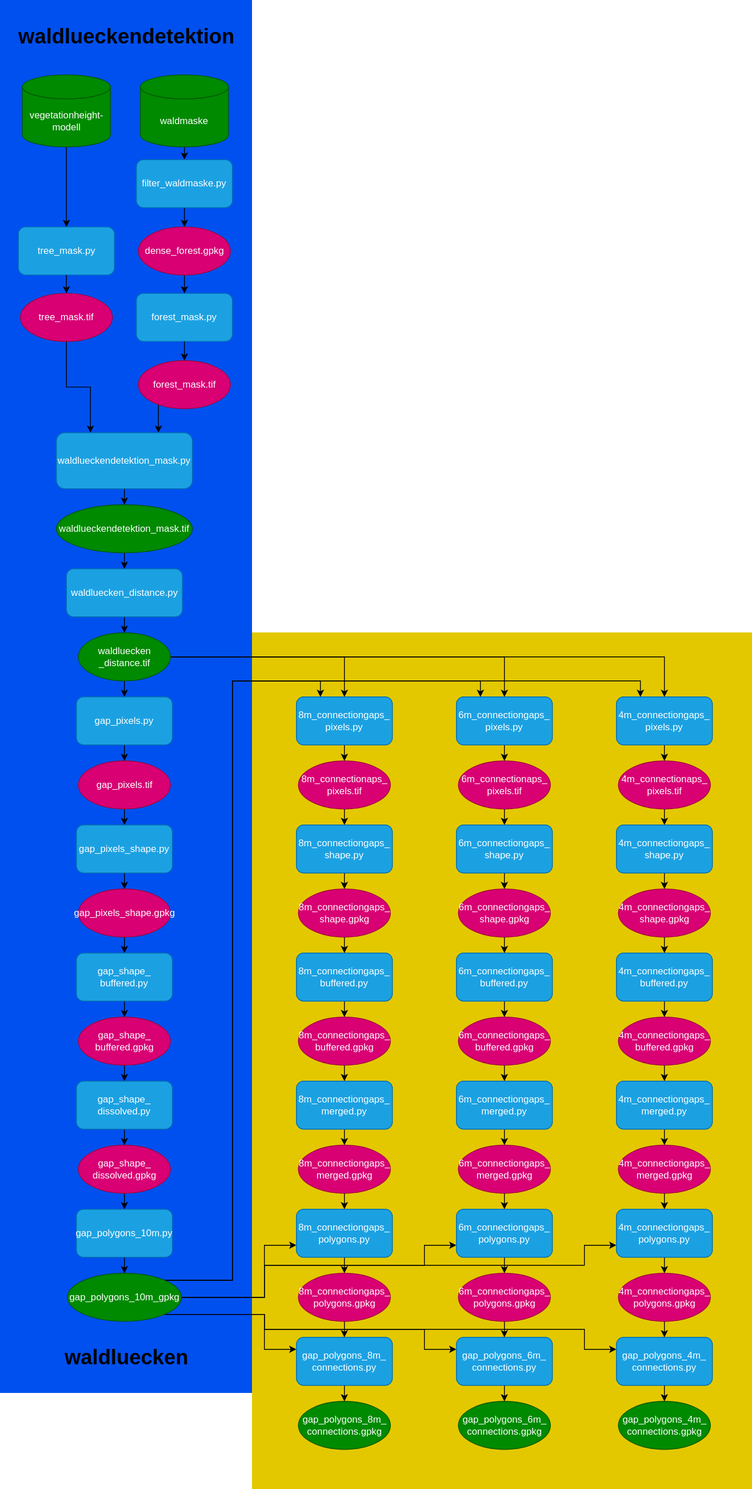
Before: Lueckendetektion_scripts.drawio.svg, a diagram exported from draw.io (liobio72/Lueckendetektion). Source tidied: cells renumbered, new cells last; positions are measured from the earlier drawing's top-left corner, leaving out a move shared by most shapes.
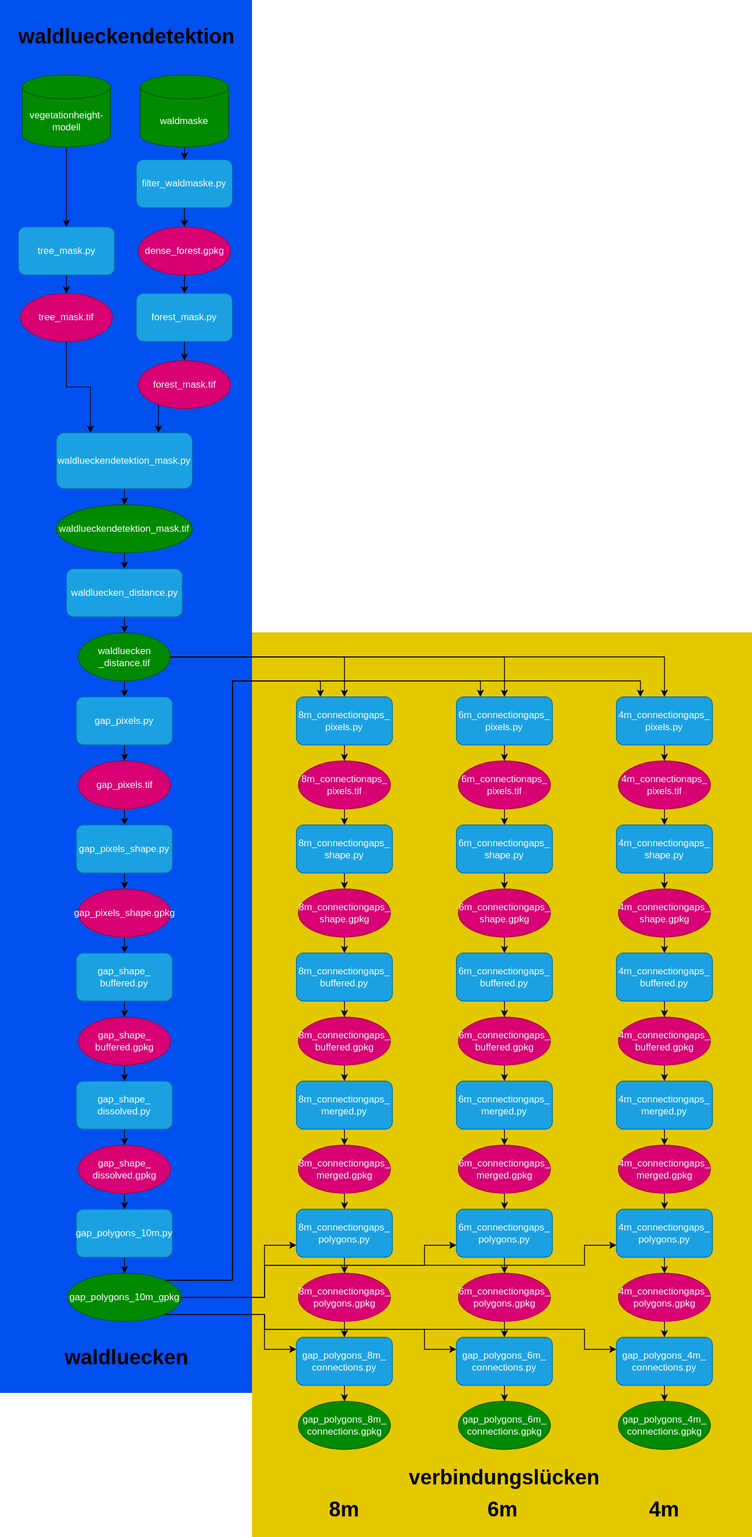
Later version of the same file.

What changed in the source:
```diff
@@ -3,7 +3,7 @@
     <mxCell id="0" />
     <mxCell id="1" parent="0" />
     <mxCell id="2" style="rounded=0;whiteSpace=wrap;html=1;fillColor=light-dark(#E3C800,#CEB67E);fontColor=#000000;strokeColor=none;" parent="1" vertex="1">
-      <mxGeometry x="645" y="790" width="625" height="1070" as="geometry" />
+      <mxGeometry x="645" y="790" width="625" height="1130" as="geometry" />
     </mxCell>
     <mxCell id="3" style="rounded=0;whiteSpace=wrap;html=1;fillColor=light-dark(#0050EF,#73D86F);strokeColor=none;fontColor=#ffffff;" parent="1" vertex="1">
       <mxGeometry x="330" y="860" width="315" height="880" as="geometry" />
@@ -465,5 +465,17 @@
     <mxCell id="134" value="waldluecken" style="text;html=1;whiteSpace=wrap;strokeColor=none;fillColor=none;align=center;verticalAlign=middle;rounded=0;fontStyle=1;fontSize=26;" parent="1" vertex="1">
       <mxGeometry x="457.5" y="1680" width="60" height="30" as="geometry" />
     </mxCell>
+    <mxCell id="135" value="verbindungslücken" style="text;html=1;whiteSpace=wrap;strokeColor=none;fillColor=none;align=center;verticalAlign=middle;rounded=0;fontStyle=1;fontSize=26;" parent="1" vertex="1">
+      <mxGeometry x="930" y="1830" width="60" height="30" as="geometry" />
+    </mxCell>
+    <mxCell id="136" value="8m" style="text;html=1;whiteSpace=wrap;strokeColor=none;fillColor=none;align=center;verticalAlign=middle;rounded=0;fontStyle=1;fontSize=26;" parent="1" vertex="1">
+      <mxGeometry x="730" y="1870" width="60" height="30" as="geometry" />
+    </mxCell>
+    <mxCell id="137" value="6m" style="text;html=1;whiteSpace=wrap;strokeColor=none;fillColor=none;align=center;verticalAlign=middle;rounded=0;fontStyle=1;fontSize=26;" parent="1" vertex="1">
+      <mxGeometry x="927.5" y="1870" width="60" height="30" as="geometry" />
+    </mxCell>
+    <mxCell id="138" value="4m" style="text;html=1;whiteSpace=wrap;strokeColor=none;fillColor=none;align=center;verticalAlign=middle;rounded=0;fontStyle=1;fontSize=26;" parent="1" vertex="1">
+      <mxGeometry x="1130" y="1870" width="60" height="30" as="geometry" />
+    </mxCell>
   </root>
 </mxGraphModel>
```
